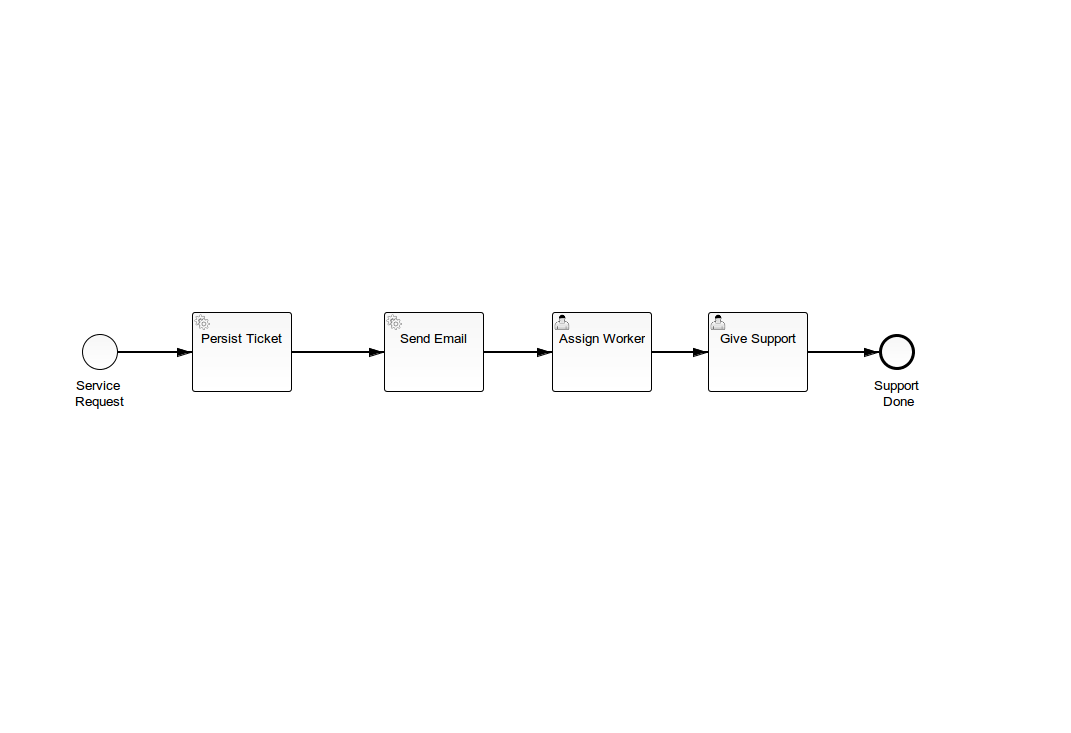
Earlier version of the BPMN export it-support/src/main/resources/it-support.png (timmornYE/modeling-it_support). Its source is kept beside it as it-support/src/main/resources/it-support.bpmn. Ids are renumbered.
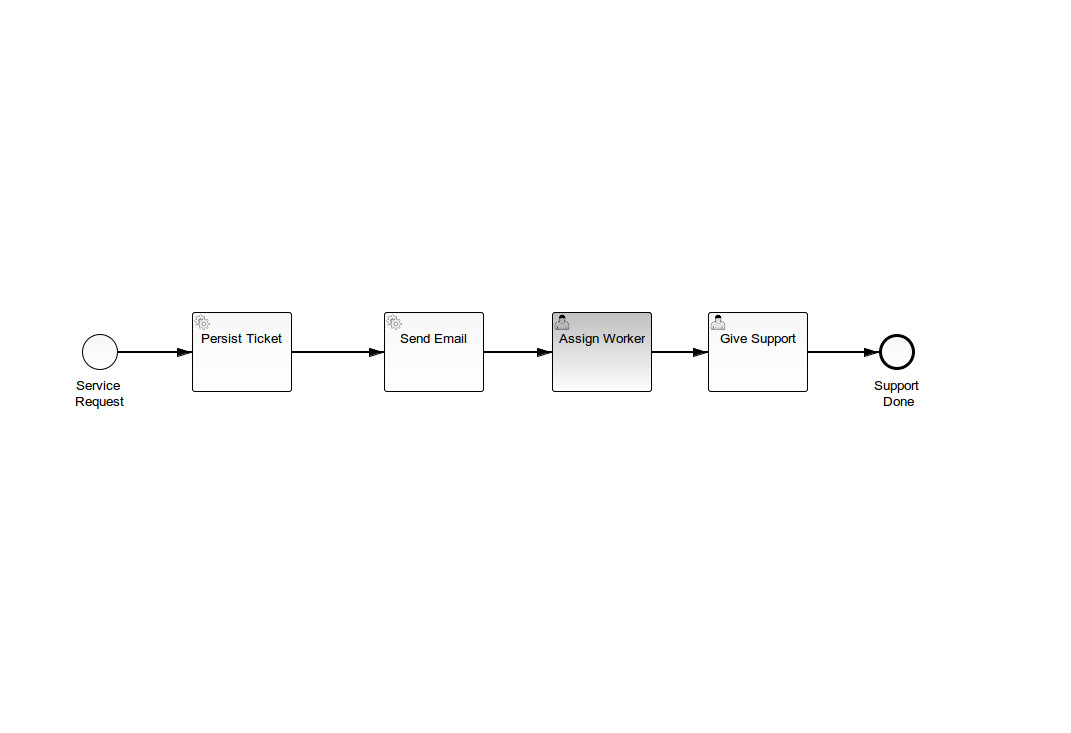
After the commit.

Diff of the diagram source:
```diff
@@ -1,6 +1,6 @@
-<bpmn2:definitions xmlns:xsi="http://www.w3.org/2001/XMLSchema-instance" xmlns:bpmn2="http://www.omg.org/spec/BPMN/20100524/MODEL" xmlns:bpmndi="http://www.omg.org/spec/BPMN/20100524/DI" xmlns:dc="http://www.omg.org/spec/DD/20100524/DC" xmlns:di="http://www.omg.org/spec/DD/20100524/DI" xsi:schemaLocation="http://www.omg.org/spec/BPMN/20100524/MODEL BPMN20.xsd" id="_QS6rAPosEeSsv_LZm4o_0Q" exporter="camunda modeler" exporterVersion="2.7.0" targetNamespace="http://activiti.org/bpmn">
+<bpmn2:definitions xmlns:xsi="http://www.w3.org/2001/XMLSchema-instance" xmlns:bpmn2="http://www.omg.org/spec/BPMN/20100524/MODEL" xmlns:bpmndi="http://www.omg.org/spec/BPMN/20100524/DI" xmlns:camunda="http://activiti.org/bpmn" xmlns:dc="http://www.omg.org/spec/DD/20100524/DC" xmlns:di="http://www.omg.org/spec/DD/20100524/DI" xsi:schemaLocation="http://www.omg.org/spec/BPMN/20100524/MODEL BPMN20.xsd" id="_QS6rAPosEeSsv_LZm4o_0Q" exporter="camunda modeler" exporterVersion="2.7.0" targetNamespace="http://activiti.org/bpmn">
   <bpmn2:process id="Process_1" isExecutable="false">
-    <bpmn2:serviceTask id="ServiceTask_1" name="Persist Ticket">
+    <bpmn2:serviceTask id="ServiceTask_1" camunda:expression="${true}" name="Persist Ticket">
       <bpmn2:incoming>SequenceFlow_1</bpmn2:incoming>
       <bpmn2:outgoing>SequenceFlow_3</bpmn2:outgoing>
     </bpmn2:serviceTask>
@@ -12,7 +12,7 @@
       <bpmn2:incoming>SequenceFlow_4</bpmn2:incoming>
       <bpmn2:outgoing>SequenceFlow_5</bpmn2:outgoing>
     </bpmn2:userTask>
-    <bpmn2:serviceTask id="ServiceTask_2" name="Send Email">
+    <bpmn2:serviceTask id="ServiceTask_2" camunda:expression="${true}" name="Send Email">
       <bpmn2:incoming>SequenceFlow_3</bpmn2:incoming>
       <bpmn2:outgoing>SequenceFlow_4</bpmn2:outgoing>
     </bpmn2:serviceTask>
```
